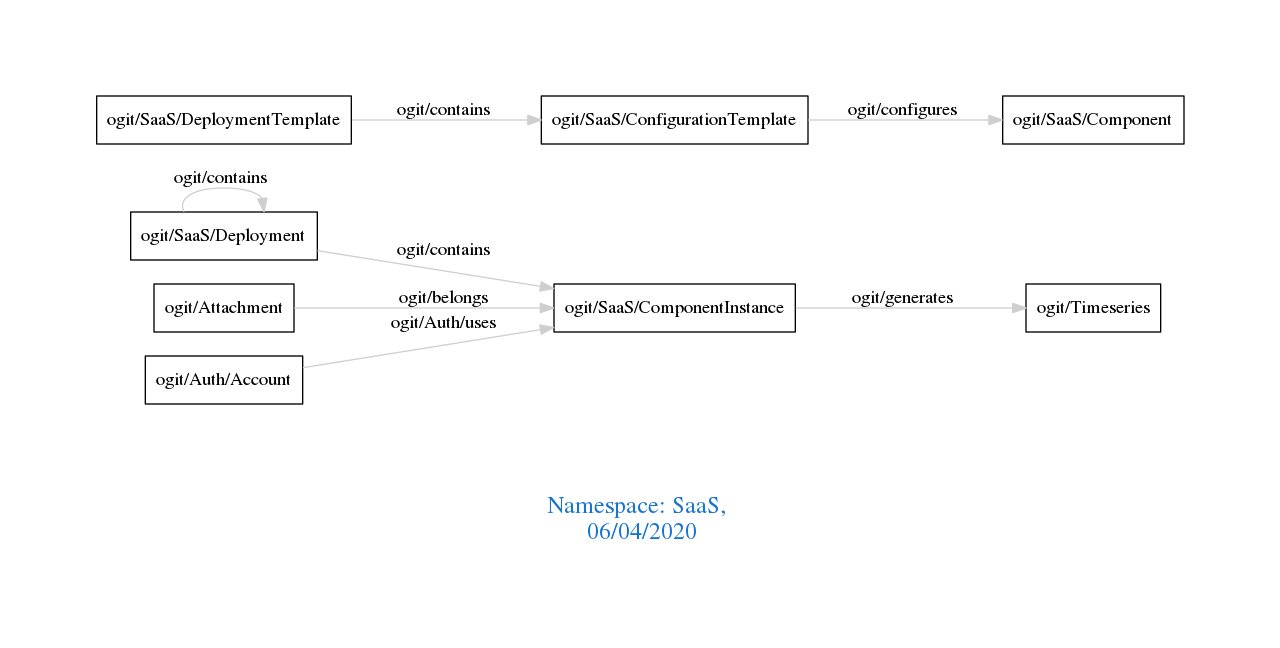
Earlier version of the Graphviz export downloads/SaaS.png (arago/OGIT). Its source is kept beside it as downloads/SaaS.dot.
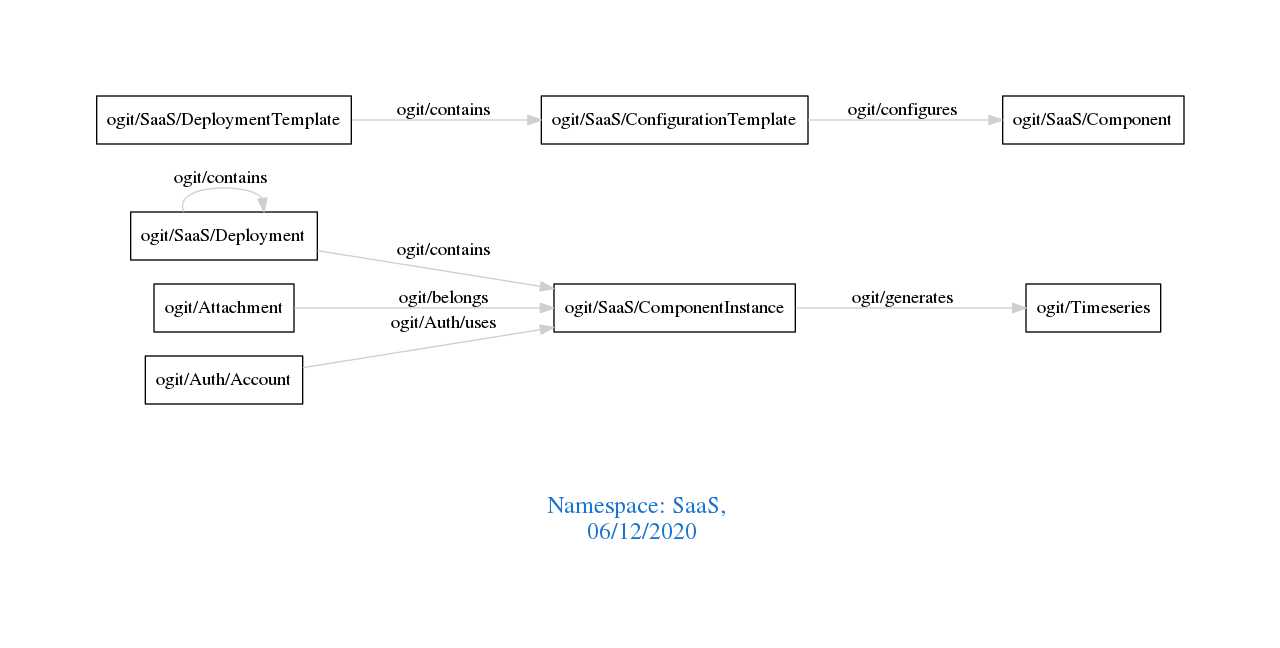
After the commit.

Change to the diagram source:
```diff
@@ -1,7 +1,7 @@
 digraph OGIT_ontology {
  graph [ rankdir= LR,pad=1
 fontsize = 18,
-fontcolor= dodgerblue3,label = "\n\n\nNamespace: SaaS, \n 06/04/2020"];
+fontcolor= dodgerblue3,label = "\n\n\nNamespace: SaaS, \n 06/12/2020"];
 node[shape=polygon];
 edge [  color="gray81"];
 
```
